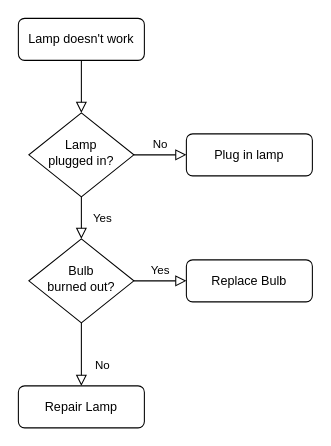
This is aimet.drawio from jihuien/ML100Days, a draw.io file, before an edit. Source tidied: cells renumbered, new cells numbered last; positions are measured from the earlier drawing's top-left corner, leaving out a move shared by most shapes. Both pictures are drawn from the tidied source at 105%, with x=0, y=0 at pixel (18, 18).
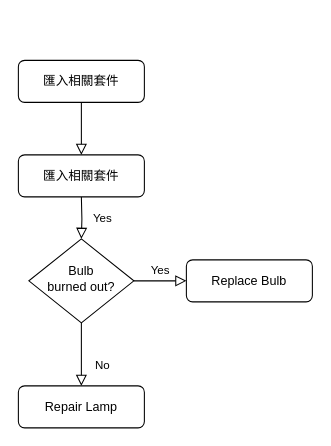
After the change.

The edit, as a diff of the source:
```diff
@@
 <mxGraphModel>
   <root>
     <mxCell id="0" />
     <mxCell id="1" parent="0" />
-    <mxCell id="2" style="rounded=0;html=1;jettySize=auto;fontSize=11;endArrow=block;endFill=0;endSize=8;strokeWidth=1;shadow=0;labelBackgroundColor=none;edgeStyle=orthogonalEdgeStyle;" parent="1" edge="1" source="3" target="6">
-      <mxGeometry relative="1" as="geometry" />
+    <mxCell id="2" style="rounded=0;html=1;jettySize=auto;fontSize=11;endArrow=block;endFill=0;endSize=8;strokeWidth=1;shadow=0;labelBackgroundColor=none;edgeStyle=orthogonalEdgeStyle;" parent="1" edge="1" source="3">
+      <mxGeometry relative="1" as="geometry">
+        <mxPoint x="60" y="130" as="targetPoint" />
+      </mxGeometry>
     </mxCell>
-    <mxCell id="3" value="Lamp doesn't work" style="rounded=1;whiteSpace=wrap;html=1;fontSize=12;glass=0;strokeWidth=1;shadow=0;" parent="1" vertex="1">
-      <mxGeometry width="120" height="40" as="geometry" />
+    <mxCell id="3" value="匯入相關套件" style="rounded=1;whiteSpace=wrap;html=1;fontSize=12;glass=0;strokeWidth=1;shadow=0;" parent="1" vertex="1">
+      <mxGeometry y="40" width="120" height="40" as="geometry" />
     </mxCell>
-    <mxCell id="4" value="Yes" style="rounded=0;html=1;jettySize=auto;fontSize=11;endArrow=block;endFill=0;endSize=8;strokeWidth=1;shadow=0;labelBackgroundColor=none;edgeStyle=orthogonalEdgeStyle;" parent="1" edge="1" source="6" target="10">
-      <mxGeometry y="20" relative="1" as="geometry" />
+    <mxCell id="4" value="Yes" style="rounded=0;html=1;jettySize=auto;fontSize=11;endArrow=block;endFill=0;endSize=8;strokeWidth=1;shadow=0;labelBackgroundColor=none;edgeStyle=orthogonalEdgeStyle;" parent="1" edge="1" target="10">
+      <mxGeometry y="20" relative="1" as="geometry">
+        <mxPoint x="60" y="170" as="sourcePoint" />
+      </mxGeometry>
     </mxCell>
-    <mxCell id="5" value="No" style="edgeStyle=orthogonalEdgeStyle;rounded=0;html=1;jettySize=auto;fontSize=11;endArrow=block;endFill=0;endSize=8;strokeWidth=1;shadow=0;labelBackgroundColor=none;" parent="1" edge="1" source="6" target="7">
-      <mxGeometry y="10" relative="1" as="geometry" />
-    </mxCell>
-    <mxCell id="6" value="Lamp&lt;br&gt;plugged in?" style="rhombus;whiteSpace=wrap;html=1;shadow=0;fontFamily=Helvetica;fontSize=12;align=center;strokeWidth=1;spacing=6;spacingTop=-4;" parent="1" vertex="1">
-      <mxGeometry x="10" y="90" width="100" height="80" as="geometry" />
-    </mxCell>
-    <mxCell id="7" value="Plug in lamp" style="rounded=1;whiteSpace=wrap;html=1;fontSize=12;glass=0;strokeWidth=1;shadow=0;" parent="1" vertex="1">
-      <mxGeometry x="160" y="110" width="120" height="40" as="geometry" />
-    </mxCell>
     <mxCell id="8" value="No" style="rounded=0;html=1;jettySize=auto;fontSize=11;endArrow=block;endFill=0;endSize=8;strokeWidth=1;shadow=0;labelBackgroundColor=none;edgeStyle=orthogonalEdgeStyle;" parent="1" edge="1" source="10" target="11">
       <mxGeometry x="0.33" y="20" relative="1" as="geometry" />
     </mxCell>
     <mxCell id="9" value="Yes" style="edgeStyle=orthogonalEdgeStyle;rounded=0;html=1;jettySize=auto;fontSize=11;endArrow=block;endFill=0;endSize=8;strokeWidth=1;shadow=0;labelBackgroundColor=none;" parent="1" edge="1" source="10" target="12">
       <mxGeometry y="10" relative="1" as="geometry" />
     </mxCell>
     <mxCell id="10" value="Bulb&lt;br&gt;burned out?" style="rhombus;whiteSpace=wrap;html=1;shadow=0;fontFamily=Helvetica;fontSize=12;align=center;strokeWidth=1;spacing=6;spacingTop=-4;" parent="1" vertex="1">
       <mxGeometry x="10" y="210" width="100" height="80" as="geometry" />
     </mxCell>
     <mxCell id="11" value="Repair Lamp" style="rounded=1;whiteSpace=wrap;html=1;fontSize=12;glass=0;strokeWidth=1;shadow=0;" parent="1" vertex="1">
       <mxGeometry y="350" width="120" height="40" as="geometry" />
     </mxCell>
     <mxCell id="12" value="Replace Bulb" style="rounded=1;whiteSpace=wrap;html=1;fontSize=12;glass=0;strokeWidth=1;shadow=0;" parent="1" vertex="1">
       <mxGeometry x="160" y="230" width="120" height="40" as="geometry" />
     </mxCell>
+    <mxCell id="13" value="匯入相關套件" style="rounded=1;whiteSpace=wrap;html=1;fontSize=12;glass=0;strokeWidth=1;shadow=0;" parent="1" vertex="1">
+      <mxGeometry y="130" width="120" height="40" as="geometry" />
+    </mxCell>
   </root>
 </mxGraphModel>
```
